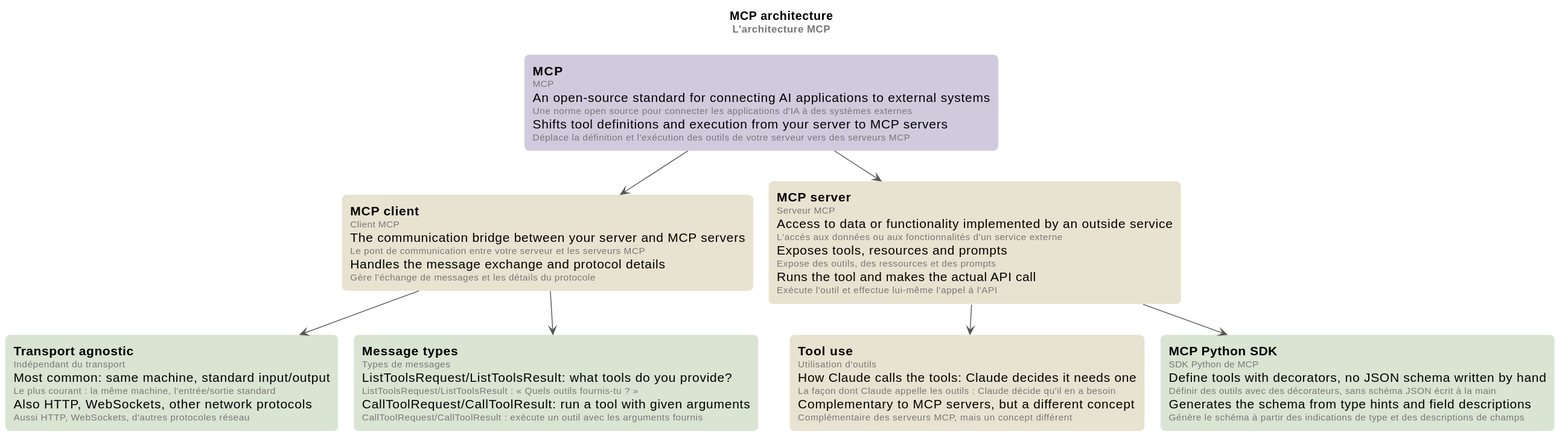
Above: 08-introduction-to-model-context-protocol/mindmap/mcp-architecture.svg in ltruchot/anthropic-academy-ai-glossary (PlantUML), before the change.
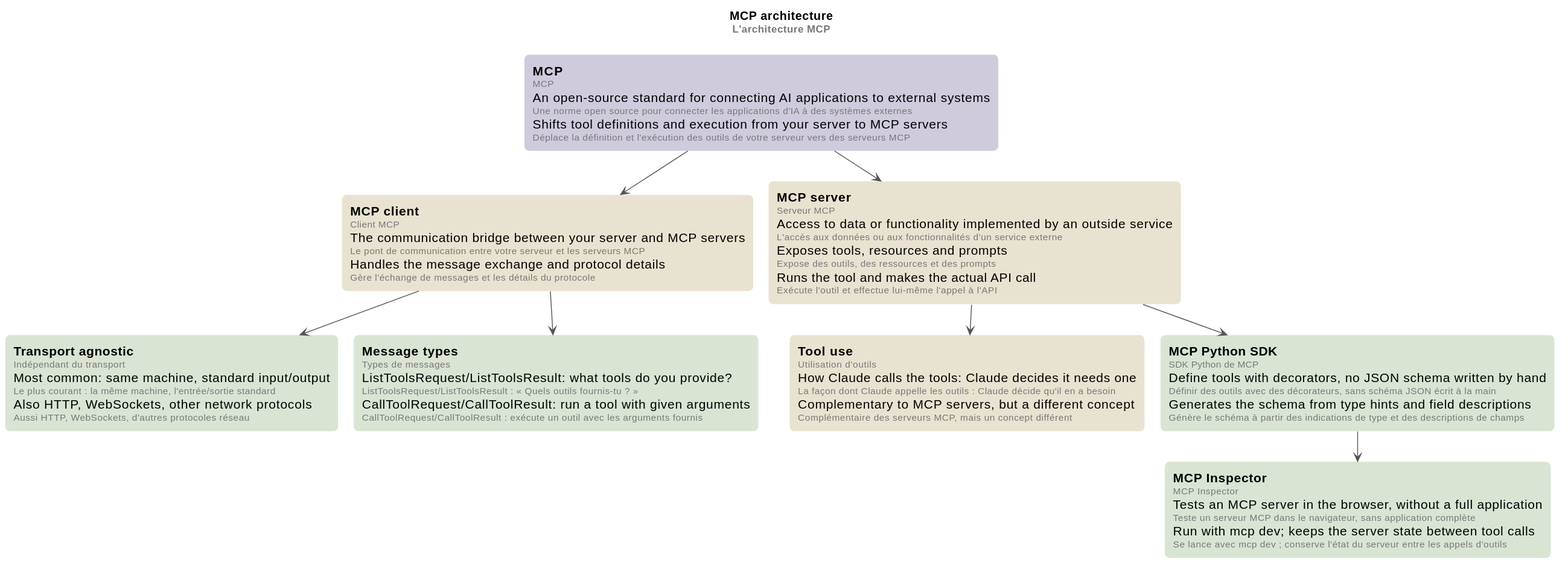
The same diagram one commit later.

Commit message:
docs: course 08's lesson 6, the MCP Inspector

What changed in the source:
```diff
@@ -24,6 +24,7 @@
 rectangle "**MCP server**\n<size:11><color:#777>Serveur MCP</color></size>\nAccess to data or functionality implemented by an outside service\n<size:11><color:#777>L'accès aux données ou aux fonctionnalités d'un service externe</color></size>\nExposes tools, resources and prompts\n<size:11><color:#777>Expose des outils, des ressources et des prompts</color></size>\nRuns the tool and makes the actual API call\n<size:11><color:#777>Exécute l'outil et effectue lui-même l'appel à l'API</color></size>" as SV #E8E2D0
 rectangle "**Tool use**\n<size:11><color:#777>Utilisation d'outils</color></size>\nHow Claude calls the tools: Claude decides it needs one\n<size:11><color:#777>La façon dont Claude appelle les outils : Claude décide qu'il en a besoin</color></size>\nComplementary to MCP servers, but a different concept\n<size:11><color:#777>Complémentaire des serveurs MCP, mais un concept différent</color></size>" as TU #E8E2D0
 rectangle "**MCP Python SDK**\n<size:11><color:#777>SDK Python de MCP</color></size>\nDefine tools with decorators, no JSON schema written by hand\n<size:11><color:#777>Définir des outils avec des décorateurs, sans schéma JSON écrit à la main</color></size>\nGenerates the schema from type hints and field descriptions\n<size:11><color:#777>Génère le schéma à partir des indications de type et des descriptions de champs</color></size>" as SDK #D9E4D3
+rectangle "**MCP Inspector**\n<size:11><color:#777>MCP Inspector</color></size>\nTests an MCP server in the browser, without a full application\n<size:11><color:#777>Teste un serveur MCP dans le navigateur, sans application complète</color></size>\nRun with mcp dev; keeps the server state between tool calls\n<size:11><color:#777>Se lance avec mcp dev ; conserve l'état du serveur entre les appels d'outils</color></size>" as INS #D9E4D3
 
 MCP --> CL
 MCP --> SV
@@ -31,4 +32,5 @@
 CL --> MT
 SV --> TU
 SV --> SDK
+SDK --> INS
 @enduml
```
